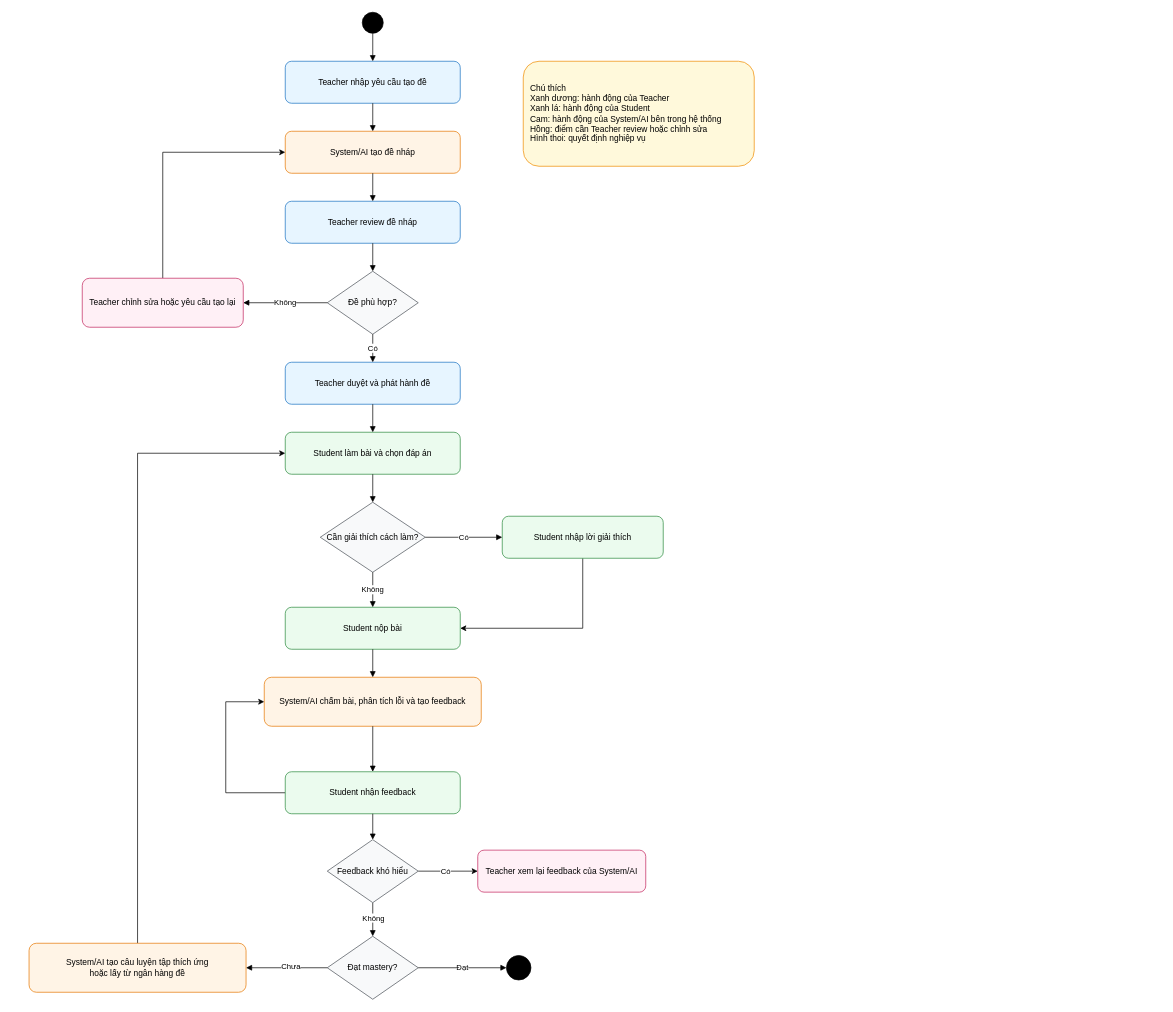
Before: docs/diagrams/activity-overview.drawio in biabeogo147/AI-Assessment-and-Feedback-Assistant, a draw.io diagram. Source tidied: cells renumbered, new cells numbered last; positions are measured from the earlier drawing's top-left corner, leaving out a move shared by most shapes. Both pictures are drawn from the tidied source at 70%, with x=0, y=0 at pixel (29, 12).
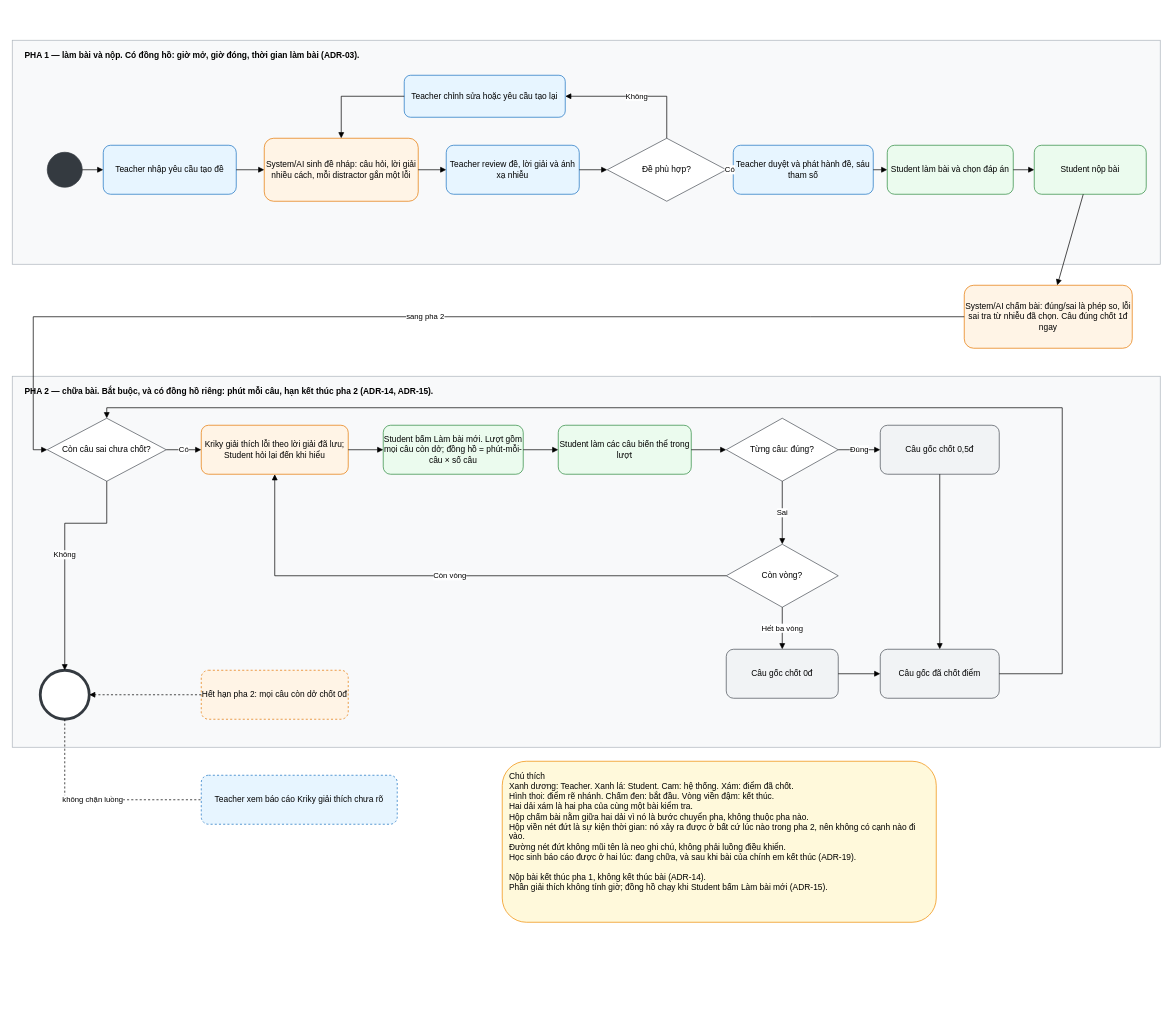
The same page after the edit.

Commit message (it also covers changes not shown here):
docs: đưa bốn diagram và ba tài liệu overview về đúng mô hình hai pha

Diff of the diagram source:
```diff
@@
+    <mxCell id="44" value="PHA 1 — làm bài và nộp. Có đồng hồ: giờ mở, giờ đóng, thời gian làm bài (ADR-03)." style="rounded=0;whiteSpace=wrap;html=1;fillColor=#f8f9fa;strokeColor=#adb5bd;dashed=0;fontStyle=1;verticalAlign=top;align=left;spacingLeft=16;spacingTop=8;" parent="1" vertex="1">
+      <mxGeometry x="-24" y="40" width="1640" height="320" as="geometry" />
+    </mxCell>
+    <mxCell id="45" value="PHA 2 — chữa bài. Bắt buộc, và có đồng hồ riêng: phút mỗi câu, hạn kết thúc pha 2 (ADR-14, ADR-15)." style="rounded=0;whiteSpace=wrap;html=1;fillColor=#f8f9fa;strokeColor=#adb5bd;dashed=0;fontStyle=1;verticalAlign=top;align=left;spacingLeft=16;spacingTop=8;" parent="1" vertex="1">
+      <mxGeometry x="-24" y="520" width="1640" height="530" as="geometry" />
+    </mxCell>
-    <mxCell id="2" style="ellipse;html=1;fillColor=#000000;strokeColor=#000000;" parent="1" vertex="1">
-      <mxGeometry x="476" width="30" height="30" as="geometry" />
+    <mxCell id="2" style="ellipse;whiteSpace=wrap;html=1;fillColor=#343a40;strokeColor=#343a40;" parent="1" vertex="1">
+      <mxGeometry x="26" y="200" width="50" height="50" as="geometry" />
     </mxCell>
     <mxCell id="3" value="Teacher nhập yêu cầu tạo đề" style="rounded=1;whiteSpace=wrap;html=1;fillColor=#e7f5ff;strokeColor=#1971c2;" parent="1" vertex="1">
-      <mxGeometry x="366" y="70" width="250" height="60" as="geometry" />
+      <mxGeometry x="106" y="190" width="190" height="70" as="geometry" />
     </mxCell>
-    <mxCell id="4" value="System/AI tạo đề nháp" style="rounded=1;whiteSpace=wrap;html=1;fillColor=#fff4e6;strokeColor=#e67700;" parent="1" vertex="1">
-      <mxGeometry x="366" y="170" width="250" height="60" as="geometry" />
+    <mxCell id="4" value="System/AI sinh đề nháp: câu hỏi, lời giải nhiều cách, mỗi distractor gắn một lỗi" style="rounded=1;whiteSpace=wrap;html=1;fillColor=#fff4e6;strokeColor=#e67700;" parent="1" vertex="1">
+      <mxGeometry x="336" y="180" width="220" height="90" as="geometry" />
     </mxCell>
+    <mxCell id="8" value="Teacher chỉnh sửa hoặc yêu cầu tạo lại" style="rounded=1;whiteSpace=wrap;html=1;fillColor=#e7f5ff;strokeColor=#1971c2;" parent="1" vertex="1">
+      <mxGeometry x="536" y="90" width="230" height="60" as="geometry" />
+    </mxCell>
-    <mxCell id="5" value="Teacher review đề nháp" style="rounded=1;whiteSpace=wrap;html=1;fillColor=#e7f5ff;strokeColor=#1971c2;" parent="1" vertex="1">
-      <mxGeometry x="366" y="270" width="250" height="60" as="geometry" />
+    <mxCell id="5" value="Teacher review đề, lời giải và ánh xạ nhiễu" style="rounded=1;whiteSpace=wrap;html=1;fillColor=#e7f5ff;strokeColor=#1971c2;" parent="1" vertex="1">
+      <mxGeometry x="596" y="190" width="190" height="70" as="geometry" />
     </mxCell>
-    <mxCell id="6" value="Đề phù hợp?" style="rhombus;whiteSpace=wrap;html=1;fillColor=#f8f9fa;strokeColor=#495057;" parent="1" vertex="1">
-      <mxGeometry x="426" y="370" width="130" height="90" as="geometry" />
+    <mxCell id="6" value="Đề phù hợp?" style="rhombus;whiteSpace=wrap;html=1;fillColor=#ffffff;strokeColor=#495057;" parent="1" vertex="1">
+      <mxGeometry x="826" y="180" width="170" height="90" as="geometry" />
     </mxCell>
-    <mxCell id="7" style="edgeStyle=orthogonalEdgeStyle;rounded=0;jettySize=auto;html=1;exitX=0.5;exitY=0;exitDx=0;exitDy=0;entryX=0;entryY=0.5;entryDx=0;entryDy=0;" parent="1" edge="1" source="8" target="4">
-      <mxGeometry relative="1" as="geometry" />
-    </mxCell>
-    <mxCell id="8" value="Teacher chỉnh sửa hoặc yêu cầu tạo lại" style="rounded=1;whiteSpace=wrap;html=1;fillColor=#fff0f6;strokeColor=#c2255c;" parent="1" vertex="1">
-      <mxGeometry x="76" y="380" width="230" height="70" as="geometry" />
-    </mxCell>
-    <mxCell id="9" value="Teacher duyệt và phát hành đề" style="rounded=1;whiteSpace=wrap;html=1;fillColor=#e7f5ff;strokeColor=#1971c2;" parent="1" vertex="1">
-      <mxGeometry x="366" y="500" width="250" height="60" as="geometry" />
+    <mxCell id="9" value="Teacher duyệt và phát hành đề, sáu tham số" style="rounded=1;whiteSpace=wrap;html=1;fillColor=#e7f5ff;strokeColor=#1971c2;" parent="1" vertex="1">
+      <mxGeometry x="1006" y="190" width="200" height="70" as="geometry" />
     </mxCell>
     <mxCell id="10" value="Student làm bài và chọn đáp án" style="rounded=1;whiteSpace=wrap;html=1;fillColor=#ebfbee;strokeColor=#2b8a3e;" parent="1" vertex="1">
-      <mxGeometry x="366" y="600" width="250" height="60" as="geometry" />
+      <mxGeometry x="1226" y="190" width="180" height="70" as="geometry" />
     </mxCell>
-    <mxCell id="11" value="Cần giải thích cách làm?" style="rhombus;whiteSpace=wrap;html=1;fillColor=#f8f9fa;strokeColor=#495057;" parent="1" vertex="1">
-      <mxGeometry x="416" y="700" width="150" height="100" as="geometry" />
-    </mxCell>
-    <mxCell id="12" style="edgeStyle=orthogonalEdgeStyle;rounded=0;jettySize=auto;html=1;exitX=0.5;exitY=1;exitDx=0;exitDy=0;entryX=1;entryY=0.5;entryDx=0;entryDy=0;" parent="1" edge="1" source="13" target="14">
-      <mxGeometry relative="1" as="geometry" />
-    </mxCell>
-    <mxCell id="13" value="Student nhập lời giải thích" style="rounded=1;whiteSpace=wrap;html=1;fillColor=#ebfbee;strokeColor=#2b8a3e;" parent="1" vertex="1">
-      <mxGeometry x="676" y="720" width="230" height="60" as="geometry" />
-    </mxCell>
     <mxCell id="14" value="Student nộp bài" style="rounded=1;whiteSpace=wrap;html=1;fillColor=#ebfbee;strokeColor=#2b8a3e;" parent="1" vertex="1">
-      <mxGeometry x="366" y="850" width="250" height="60" as="geometry" />
+      <mxGeometry x="1436" y="190" width="160" height="70" as="geometry" />
     </mxCell>
-    <mxCell id="15" value="System/AI chấm bài, phân tích lỗi và tạo feedback" style="rounded=1;whiteSpace=wrap;html=1;fillColor=#fff4e6;strokeColor=#e67700;" parent="1" vertex="1">
-      <mxGeometry x="336" y="950" width="310" height="70" as="geometry" />
+    <mxCell id="15" value="System/AI chấm bài: đúng/sai là phép so, lỗi sai tra từ nhiễu đã chọn. Câu đúng chốt 1đ ngay" style="rounded=1;whiteSpace=wrap;html=1;fillColor=#fff4e6;strokeColor=#e67700;" parent="1" vertex="1">
+      <mxGeometry x="1336" y="390" width="240" height="90" as="geometry" />
     </mxCell>
-    <mxCell id="16" value="Teacher xem lại feedback của System/AI" style="rounded=1;whiteSpace=wrap;html=1;fillColor=#fff0f6;strokeColor=#c2255c;" parent="1" vertex="1">
-      <mxGeometry x="641" y="1197" width="240" height="60" as="geometry" />
-    </mxCell>
-    <mxCell id="17" style="edgeStyle=orthogonalEdgeStyle;rounded=0;jettySize=auto;html=1;exitX=0;exitY=0.5;exitDx=0;exitDy=0;entryX=0;entryY=0.5;entryDx=0;entryDy=0;" parent="1" edge="1" source="18" target="15">
-      <mxGeometry relative="1" as="geometry">
-        <Array as="points">
-          <mxPoint x="281" y="1115" />
-          <mxPoint x="281" y="985" />
-        </Array>
-      </mxGeometry>
-    </mxCell>
-    <mxCell id="18" value="Student nhận feedback" style="rounded=1;whiteSpace=wrap;html=1;fillColor=#ebfbee;strokeColor=#2b8a3e;" parent="1" vertex="1">
-      <mxGeometry x="366" y="1085" width="250" height="60" as="geometry" />
-    </mxCell>
-    <mxCell id="19" style="edgeStyle=orthogonalEdgeStyle;rounded=0;jettySize=auto;html=1;exitX=0.5;exitY=0;exitDx=0;exitDy=0;entryX=0;entryY=0.5;entryDx=0;entryDy=0;" parent="1" edge="1" source="20" target="10">
-      <mxGeometry relative="1" as="geometry" />
-    </mxCell>
-    <mxCell id="20" value="System/AI tạo câu luyện tập thích ứng&lt;div&gt;hoặc lấy từ ngân hàng đề&lt;/div&gt;" style="rounded=1;whiteSpace=wrap;html=1;fillColor=#fff4e6;strokeColor=#e67700;" parent="1" vertex="1">
-      <mxGeometry y="1330" width="310" height="70" as="geometry" />
-    </mxCell>
-    <mxCell id="21" value="Đạt mastery?" style="rhombus;whiteSpace=wrap;html=1;fillColor=#f8f9fa;strokeColor=#495057;" parent="1" vertex="1">
-      <mxGeometry x="426" y="1320" width="130" height="90" as="geometry" />
-    </mxCell>
+    <mxCell id="46" value="Còn câu sai chưa chốt?" style="rhombus;whiteSpace=wrap;html=1;fillColor=#ffffff;strokeColor=#495057;" parent="1" vertex="1">
+      <mxGeometry x="26" y="580" width="170" height="90" as="geometry" />
+    </mxCell>
+    <mxCell id="47" value="Kriky giải thích lỗi theo lời giải đã lưu; Student hỏi lại đến khi hiểu" style="rounded=1;whiteSpace=wrap;html=1;fillColor=#fff4e6;strokeColor=#e67700;" parent="1" vertex="1">
+      <mxGeometry x="246" y="590" width="210" height="70" as="geometry" />
+    </mxCell>
+    <mxCell id="48" value="Student bấm Làm bài mới. Lượt gồm mọi câu còn dở; đồng hồ = phút-mỗi-câu × số câu" style="rounded=1;whiteSpace=wrap;html=1;fillColor=#ebfbee;strokeColor=#2b8a3e;" parent="1" vertex="1">
+      <mxGeometry x="506" y="590" width="200" height="70" as="geometry" />
+    </mxCell>
+    <mxCell id="49" value="Student làm các câu biến thể trong lượt" style="rounded=1;whiteSpace=wrap;html=1;fillColor=#ebfbee;strokeColor=#2b8a3e;" parent="1" vertex="1">
+      <mxGeometry x="756" y="590" width="190" height="70" as="geometry" />
+    </mxCell>
+    <mxCell id="50" value="Từng câu: đúng?" style="rhombus;whiteSpace=wrap;html=1;fillColor=#ffffff;strokeColor=#495057;" parent="1" vertex="1">
+      <mxGeometry x="996" y="580" width="160" height="90" as="geometry" />
+    </mxCell>
+    <mxCell id="51" value="Câu gốc chốt 0,5đ" style="rounded=1;whiteSpace=wrap;html=1;fillColor=#f1f3f5;strokeColor=#495057;" parent="1" vertex="1">
+      <mxGeometry x="1216" y="590" width="170" height="70" as="geometry" />
+    </mxCell>
+    <mxCell id="52" value="Còn vòng?" style="rhombus;whiteSpace=wrap;html=1;fillColor=#ffffff;strokeColor=#495057;" parent="1" vertex="1">
+      <mxGeometry x="996" y="760" width="160" height="90" as="geometry" />
+    </mxCell>
+    <mxCell id="53" value="Câu gốc chốt 0đ" style="rounded=1;whiteSpace=wrap;html=1;fillColor=#f1f3f5;strokeColor=#495057;" parent="1" vertex="1">
+      <mxGeometry x="996" y="910" width="160" height="70" as="geometry" />
+    </mxCell>
+    <mxCell id="54" value="Câu gốc đã chốt điểm" style="rounded=1;whiteSpace=wrap;html=1;fillColor=#f1f3f5;strokeColor=#495057;" parent="1" vertex="1">
+      <mxGeometry x="1216" y="910" width="170" height="70" as="geometry" />
+    </mxCell>
+    <mxCell id="55" value="Hết hạn pha 2: mọi câu còn dở chốt 0đ" style="rounded=1;whiteSpace=wrap;html=1;fillColor=#fff4e6;strokeColor=#e67700;dashed=1;" parent="1" vertex="1">
+      <mxGeometry x="246" y="940" width="210" height="70" as="geometry" />
+    </mxCell>
+    <mxCell id="56" style="ellipse;whiteSpace=wrap;html=1;fillColor=#ffffff;strokeColor=#343a40;strokeWidth=4;" parent="1" vertex="1">
+      <mxGeometry x="16" y="940" width="70" height="70" as="geometry" />
+    </mxCell>
+    <mxCell id="57" value="Teacher xem báo cáo Kriky giải thích chưa rõ" style="rounded=1;whiteSpace=wrap;html=1;fillColor=#e7f5ff;strokeColor=#1971c2;dashed=1;" parent="1" vertex="1">
+      <mxGeometry x="246" y="1090" width="280" height="70" as="geometry" />
+    </mxCell>
-    <mxCell id="22" value="Chú thích&#10;Xanh dương: hành động của Teacher&#10;Xanh lá: hành động của Student&#10;Cam: hành động của System/AI bên trong hệ thống&#10;Hồng: điểm cần Teacher review hoặc chỉnh sửa&#10;Hình thoi: quyết định nghiệp vụ" style="rounded=1;whiteSpace=wrap;html=1;fillColor=#fff9db;strokeColor=#f08c00;align=left;spacing=10;" parent="1" vertex="1">
-      <mxGeometry x="706" y="70" width="330" height="150" as="geometry" />
+    <mxCell id="22" value="Chú thích&#10;Xanh dương: Teacher. Xanh lá: Student. Cam: hệ thống. Xám: điểm đã chốt.&#10;Hình thoi: điểm rẽ nhánh. Chấm đen: bắt đầu. Vòng viền đậm: kết thúc.&#10;Hai dải xám là hai pha của cùng một bài kiểm tra.&#10;Hộp chấm bài nằm giữa hai dải vì nó là bước chuyển pha, không thuộc pha nào.&#10;Hộp viền nét đứt là sự kiện thời gian: nó xảy ra được ở bất cứ lúc nào trong pha 2, nên không có cạnh nào đi vào.&#10;Đường nét đứt không mũi tên là neo ghi chú, không phải luồng điều khiển.&#10;Học sinh báo cáo được ở hai lúc: đang chữa, và sau khi bài của chính em kết thúc (ADR-19).&#10;&#10;Nộp bài kết thúc pha 1, không kết thúc bài (ADR-14).&#10;Phần giải thích không tính giờ; đồng hồ chạy khi Student bấm Làm bài mới (ADR-15)." style="rounded=1;whiteSpace=wrap;html=1;fillColor=#fff9db;strokeColor=#f08c00;align=left;verticalAlign=top;spacing=10;" parent="1" vertex="1">
+      <mxGeometry x="676" y="1070" width="620" height="230" as="geometry" />
     </mxCell>
-    <mxCell id="23" style="ellipse;shape=doubleEllipse;html=1;fillColor=#000000;strokeColor=#000000;" parent="1" vertex="1">
-      <mxGeometry x="682" y="1347.5" width="35" height="35" as="geometry" />
-    </mxCell>
@@
     <mxCell id="28" value="Không" style="endArrow=block;html=1;rounded=0;" parent="1" edge="1" source="6" target="8">
-      <mxGeometry relative="1" as="geometry" />
+      <mxGeometry relative="1" as="geometry">
+        <Array as="points">
+          <mxPoint x="911" y="120" />
+        </Array>
+      </mxGeometry>
     </mxCell>
+    <mxCell id="7" style="endArrow=block;html=1;rounded=0;" parent="1" edge="1" source="8" target="4">
+      <mxGeometry relative="1" as="geometry">
+        <Array as="points">
+          <mxPoint x="446" y="120" />
+        </Array>
+      </mxGeometry>
+    </mxCell>
@@
-    <mxCell id="31" style="endArrow=block;html=1;rounded=0;" parent="1" edge="1" source="10" target="11">
-      <mxGeometry relative="1" as="geometry" />
-    </mxCell>
-    <mxCell id="32" value="Có" style="endArrow=block;html=1;rounded=0;" parent="1" edge="1" source="11" target="13">
-      <mxGeometry relative="1" as="geometry" />
-    </mxCell>
-    <mxCell id="33" value="Không" style="endArrow=block;html=1;rounded=0;" parent="1" edge="1" source="11" target="14">
-      <mxGeometry relative="1" as="geometry" />
-    </mxCell>
+    <mxCell id="58" style="endArrow=block;html=1;rounded=0;" parent="1" edge="1" source="10" target="14">
+      <mxGeometry relative="1" as="geometry" />
+    </mxCell>
@@
-    <mxCell id="35" style="endArrow=block;html=1;rounded=0;entryX=0.5;entryY=0;entryDx=0;entryDy=0;" parent="1" edge="1" source="15" target="18">
-      <mxGeometry relative="1" as="geometry" />
-    </mxCell>
-    <mxCell id="36" style="endArrow=block;html=1;rounded=0;" parent="1" edge="1" source="43" target="21">
-      <mxGeometry relative="1" as="geometry" />
-    </mxCell>
-    <mxCell id="37" value="Không" style="edgeLabel;html=1;align=center;verticalAlign=middle;" parent="36" vertex="1">
-      <mxGeometry x="-0.13" relative="1" as="geometry" />
-    </mxCell>
-    <mxCell id="38" value="Chưa" style="endArrow=block;html=1;rounded=0;" parent="1" edge="1" source="21" target="20">
-      <mxGeometry x="-0.11" y="-2" relative="1" as="geometry" />
-    </mxCell>
-    <mxCell id="39" value="Đạt" style="endArrow=block;html=1;rounded=0;" parent="1" edge="1" source="21" target="23">
-      <mxGeometry relative="1" as="geometry" />
-    </mxCell>
-    <mxCell id="40" style="endArrow=block;html=1;rounded=0;" parent="1" edge="1" source="18" target="43">
-      <mxGeometry relative="1" as="geometry" />
-    </mxCell>
-    <mxCell id="41" style="edgeStyle=orthogonalEdgeStyle;rounded=0;jettySize=auto;html=1;exitX=1;exitY=0.5;exitDx=0;exitDy=0;entryX=0;entryY=0.5;entryDx=0;entryDy=0;" parent="1" edge="1" source="43" target="16">
-      <mxGeometry relative="1" as="geometry" />
-    </mxCell>
-    <mxCell id="42" value="Có" style="edgeLabel;html=1;align=center;verticalAlign=middle;" parent="41" vertex="1">
-      <mxGeometry x="-0.1" relative="1" as="geometry" />
-    </mxCell>
-    <mxCell id="43" value="Feedback khó hiểu" style="rhombus;whiteSpace=wrap;html=1;fillColor=#f8f9fa;strokeColor=#495057;" parent="1" vertex="1">
-      <mxGeometry x="426" y="1182" width="130" height="90" as="geometry" />
-    </mxCell>
+    <mxCell id="59" value="sang pha 2" style="endArrow=block;html=1;rounded=0;" parent="1" edge="1" source="15" target="46">
+      <mxGeometry relative="1" as="geometry">
+        <Array as="points">
+          <mxPoint x="1116" y="435" />
+          <mxPoint x="6" y="435" />
+          <mxPoint x="6" y="625" />
+        </Array>
+      </mxGeometry>
+    </mxCell>
+    <mxCell id="60" value="Có" style="endArrow=block;html=1;rounded=0;" parent="1" edge="1" source="46" target="47">
+      <mxGeometry relative="1" as="geometry" />
+    </mxCell>
+    <mxCell id="61" value="Không" style="endArrow=block;html=1;rounded=0;" parent="1" edge="1" source="46" target="56">
+      <mxGeometry relative="1" as="geometry">
+        <Array as="points">
+          <mxPoint x="111" y="730" />
+          <mxPoint x="51" y="730" />
+        </Array>
+      </mxGeometry>
+    </mxCell>
+    <mxCell id="62" style="endArrow=block;html=1;rounded=0;" parent="1" edge="1" source="47" target="48">
+      <mxGeometry relative="1" as="geometry" />
+    </mxCell>
+    <mxCell id="63" style="endArrow=block;html=1;rounded=0;" parent="1" edge="1" source="48" target="49">
+      <mxGeometry relative="1" as="geometry" />
+    </mxCell>
+    <mxCell id="64" style="endArrow=block;html=1;rounded=0;" parent="1" edge="1" source="49" target="50">
+      <mxGeometry relative="1" as="geometry" />
+    </mxCell>
+    <mxCell id="65" value="Đúng" style="endArrow=block;html=1;rounded=0;" parent="1" edge="1" source="50" target="51">
+      <mxGeometry relative="1" as="geometry" />
+    </mxCell>
+    <mxCell id="66" value="Sai" style="endArrow=block;html=1;rounded=0;" parent="1" edge="1" source="50" target="52">
+      <mxGeometry relative="1" as="geometry" />
+    </mxCell>
+    <mxCell id="67" value="Còn vòng" style="endArrow=block;html=1;rounded=0;" parent="1" edge="1" source="52" target="47">
+      <mxGeometry relative="1" as="geometry">
+        <Array as="points">
+          <mxPoint x="351" y="805" />
+        </Array>
+      </mxGeometry>
+    </mxCell>
+    <mxCell id="68" value="Hết ba vòng" style="endArrow=block;html=1;rounded=0;" parent="1" edge="1" source="52" target="53">
+      <mxGeometry relative="1" as="geometry" />
+    </mxCell>
+    <mxCell id="69" style="endArrow=block;html=1;rounded=0;" parent="1" edge="1" source="51" target="54">
+      <mxGeometry relative="1" as="geometry" />
+    </mxCell>
+    <mxCell id="70" style="endArrow=block;html=1;rounded=0;" parent="1" edge="1" source="53" target="54">
+      <mxGeometry relative="1" as="geometry" />
+    </mxCell>
+    <mxCell id="71" style="endArrow=block;html=1;rounded=0;" parent="1" edge="1" source="54" target="46">
+      <mxGeometry relative="1" as="geometry">
+        <Array as="points">
+          <mxPoint x="1476" y="945" />
+          <mxPoint x="1476" y="565" />
+          <mxPoint x="111" y="565" />
+        </Array>
+      </mxGeometry>
+    </mxCell>
+    <mxCell id="72" style="endArrow=block;html=1;rounded=0;dashed=1;" parent="1" edge="1" source="55" target="56">
+      <mxGeometry relative="1" as="geometry" />
+    </mxCell>
+    <mxCell id="73" value="không chặn luồng" style="endArrow=none;html=1;rounded=0;dashed=1;" parent="1" edge="1" source="56" target="57">
+      <mxGeometry relative="1" as="geometry">
+        <Array as="points">
+          <mxPoint x="51" y="1125" />
+        </Array>
+      </mxGeometry>
+    </mxCell>
```
